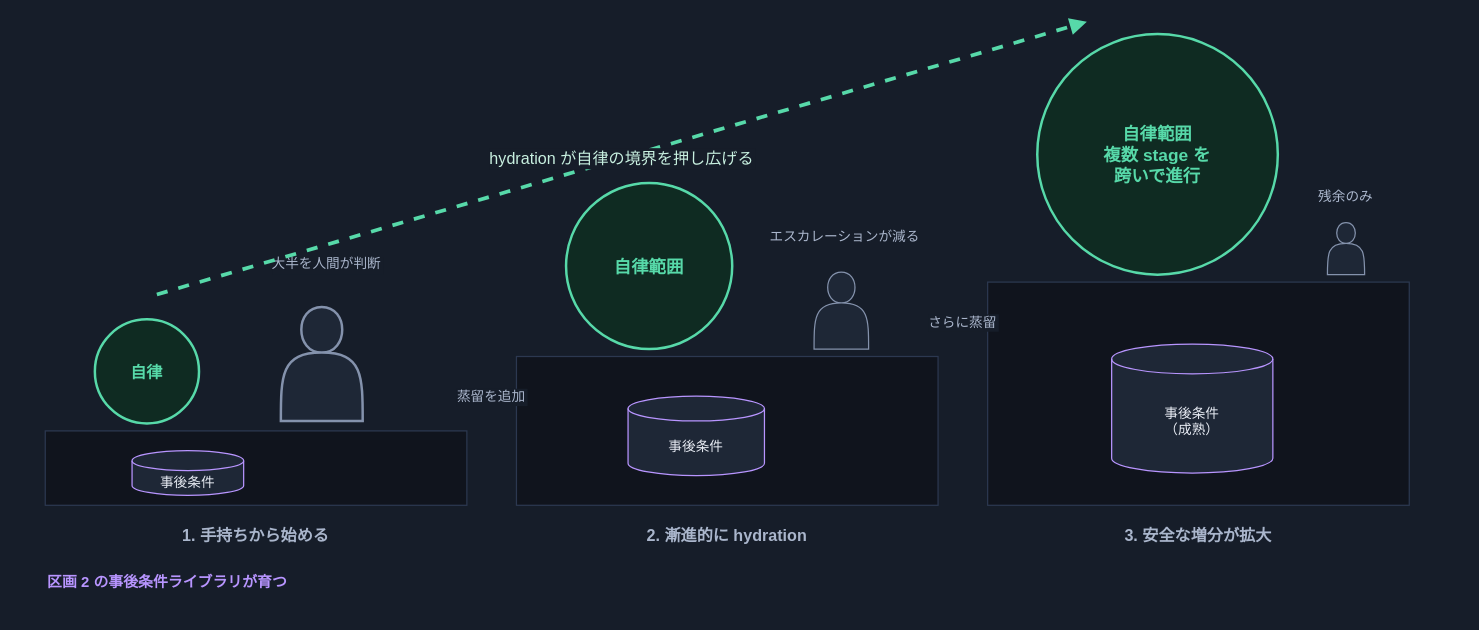
The draw.io diagram docs/diagrams/spec-increments.drawio in mazyu36/aidlc-workflows-note, before the edit. Source tidied: cells renumbered, new cells numbered last; positions are measured from the earlier drawing's top-left corner, leaving out a move shared by most shapes. Both pictures are drawn from the tidied source at 124%, with x=0, y=0 at pixel (45, 21).
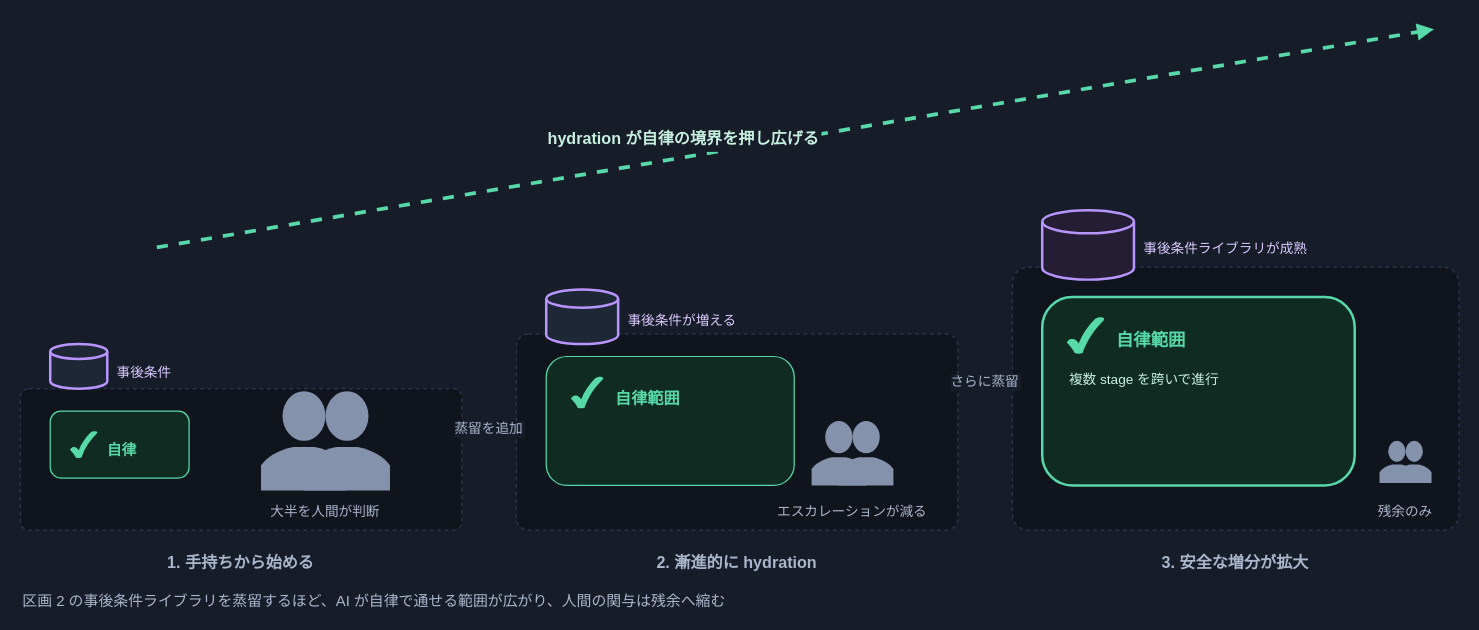
The same page after the edit.

Commit message (it also covers changes not shown here):
Rebuild spec diagrams with draw.io bundled pictogram stencils

Diff of the diagram source:
```diff
@@
-    <mxCell id="2" style="rounded=0;html=0;fillColor=#10141d;strokeColor=#2c3850;" parent="1" vertex="1">
-      <mxGeometry y="330" width="340" height="60" as="geometry" />
-    </mxCell>
-    <mxCell id="3" style="rounded=0;html=0;fillColor=#10141d;strokeColor=#2c3850;" parent="1" vertex="1">
-      <mxGeometry x="380" y="270" width="340" height="120" as="geometry" />
-    </mxCell>
-    <mxCell id="4" style="rounded=0;html=0;fillColor=#10141d;strokeColor=#2c3850;" parent="1" vertex="1">
-      <mxGeometry x="760" y="210" width="340" height="180" as="geometry" />
-    </mxCell>
+    <mxCell id="23" style="html=0;strokeColor=#57d9a9;strokeWidth=3;dashed=1;endArrow=block;" parent="1" edge="1">
+      <mxGeometry relative="1" as="geometry">
+        <mxPoint x="90" y="182" as="sourcePoint" />
+        <mxPoint x="1120" y="6" as="targetPoint" />
+      </mxGeometry>
+    </mxCell>
+    <mxCell id="24" value="hydration が自律の境界を押し広げる" style="text;html=0;align=center;fontColor=#c8f0e0;fontSize=13;fontStyle=1;labelBackgroundColor=#161d29;" parent="1" vertex="1">
+      <mxGeometry x="370" y="80" width="290" height="20" as="geometry" />
+    </mxCell>
+    <mxCell id="25" style="rounded=1;html=0;arcSize=6;fillColor=#10141d;strokeColor=#2c3850;dashed=1;" parent="1" vertex="1">
+      <mxGeometry x="-20" y="296" width="356" height="114" as="geometry" />
+    </mxCell>
+    <mxCell id="26" style="rounded=1;html=0;arcSize=6;fillColor=#10141d;strokeColor=#2c3850;dashed=1;" parent="1" vertex="1">
+      <mxGeometry x="380" y="252" width="356" height="158" as="geometry" />
+    </mxCell>
+    <mxCell id="27" style="rounded=1;html=0;arcSize=6;fillColor=#10141d;strokeColor=#2c3850;dashed=1;" parent="1" vertex="1">
+      <mxGeometry x="780" y="198" width="360" height="212" as="geometry" />
+    </mxCell>
     <mxCell id="5" value="1. 手持ちから始める" style="text;html=0;align=center;fontColor=#aab6cc;fontSize=13;fontStyle=1;" parent="1" vertex="1">
-      <mxGeometry y="400" width="340" height="22" as="geometry" />
+      <mxGeometry x="-20" y="422" width="356" height="22" as="geometry" />
     </mxCell>
     <mxCell id="6" value="2. 漸進的に hydration" style="text;html=0;align=center;fontColor=#aab6cc;fontSize=13;fontStyle=1;" parent="1" vertex="1">
-      <mxGeometry x="380" y="400" width="340" height="22" as="geometry" />
+      <mxGeometry x="380" y="422" width="356" height="22" as="geometry" />
     </mxCell>
     <mxCell id="7" value="3. 安全な増分が拡大" style="text;html=0;align=center;fontColor=#aab6cc;fontSize=13;fontStyle=1;" parent="1" vertex="1">
-      <mxGeometry x="760" y="400" width="340" height="22" as="geometry" />
+      <mxGeometry x="780" y="422" width="360" height="22" as="geometry" />
     </mxCell>
-    <mxCell id="8" value="自律" style="ellipse;html=0;fillColor=#0f2b22;strokeColor=#57d9a9;strokeWidth=2;fontColor=#57d9a9;fontSize=13;fontStyle=1;" parent="1" vertex="1">
-      <mxGeometry x="40" y="240" width="84" height="84" as="geometry" />
+    <mxCell id="8" style="rounded=1;html=0;arcSize=16;fillColor=#0f2b22;strokeColor=#57d9a9;" parent="1" vertex="1">
+      <mxGeometry x="4" y="314" width="112" height="54" as="geometry" />
     </mxCell>
+    <mxCell id="28" style="shape=mxgraph.basic.tick;html=0;fillColor=#57d9a9;strokeColor=none;" parent="1" vertex="1">
+      <mxGeometry x="20" y="330" width="22" height="22" as="geometry" />
+    </mxCell>
+    <mxCell id="29" value="自律" style="text;html=0;align=left;fontColor=#57d9a9;fontSize=12;fontStyle=1;" parent="1" vertex="1">
+      <mxGeometry x="48" y="332" width="60" height="18" as="geometry" />
+    </mxCell>
-    <mxCell id="9" value="自律範囲" style="ellipse;html=0;fillColor=#0f2b22;strokeColor=#57d9a9;strokeWidth=2;fontColor=#57d9a9;fontSize=14;fontStyle=1;" parent="1" vertex="1">
-      <mxGeometry x="420" y="130" width="134" height="134" as="geometry" />
+    <mxCell id="9" style="rounded=1;html=0;arcSize=16;fillColor=#0f2b22;strokeColor=#57d9a9;" parent="1" vertex="1">
+      <mxGeometry x="404" y="270" width="200" height="104" as="geometry" />
     </mxCell>
+    <mxCell id="30" style="shape=mxgraph.basic.tick;html=0;fillColor=#57d9a9;strokeColor=none;" parent="1" vertex="1">
+      <mxGeometry x="424" y="286" width="26" height="26" as="geometry" />
+    </mxCell>
+    <mxCell id="31" value="自律範囲" style="text;html=0;align=left;fontColor=#57d9a9;fontSize=13;fontStyle=1;" parent="1" vertex="1">
+      <mxGeometry x="458" y="290" width="120" height="18" as="geometry" />
+    </mxCell>
-    <mxCell id="10" value="自律範囲&#10;複数 stage を&#10;跨いで進行" style="ellipse;html=0;fillColor=#0f2b22;strokeColor=#57d9a9;strokeWidth=2;fontColor=#57d9a9;fontSize=14;fontStyle=1;" parent="1" vertex="1">
-      <mxGeometry x="800" y="10" width="194" height="194" as="geometry" />
+    <mxCell id="10" style="rounded=1;html=0;arcSize=16;fillColor=#0f2b22;strokeColor=#57d9a9;strokeWidth=2;" parent="1" vertex="1">
+      <mxGeometry x="804" y="222" width="252" height="152" as="geometry" />
     </mxCell>
+    <mxCell id="32" style="shape=mxgraph.basic.tick;html=0;fillColor=#57d9a9;strokeColor=none;" parent="1" vertex="1">
+      <mxGeometry x="824" y="238" width="30" height="30" as="geometry" />
+    </mxCell>
+    <mxCell id="33" value="自律範囲" style="text;html=0;align=left;fontColor=#57d9a9;fontSize=14;fontStyle=1;" parent="1" vertex="1">
+      <mxGeometry x="862" y="242" width="140" height="20" as="geometry" />
+    </mxCell>
+    <mxCell id="34" value="複数 stage を跨いで進行" style="text;html=0;align=left;fontColor=#c8f0e0;fontSize=11;" parent="1" vertex="1">
+      <mxGeometry x="824" y="276" width="220" height="18" as="geometry" />
+    </mxCell>
-    <mxCell id="11" style="shape=actor;html=0;fillColor=#1e2736;strokeColor=#8492ac;strokeWidth=2;" parent="1" vertex="1">
-      <mxGeometry x="190" y="230" width="66" height="92" as="geometry" />
+    <mxCell id="11" style="shape=mxgraph.gmdl.users;html=0;fillColor=#8492ac;strokeColor=none;" parent="1" vertex="1">
+      <mxGeometry x="174" y="298" width="104" height="80" as="geometry" />
     </mxCell>
-    <mxCell id="12" value="大半を人間が判断" style="text;html=0;align=center;fontColor=#aab6cc;fontSize=11;labelBackgroundColor=#161d29;" parent="1" vertex="1">
-      <mxGeometry x="152" y="182" width="150" height="18" as="geometry" />
+    <mxCell id="12" value="大半を人間が判断" style="text;html=0;align=center;fontColor=#aab6cc;fontSize=11;" parent="1" vertex="1">
+      <mxGeometry x="156" y="382" width="140" height="16" as="geometry" />
     </mxCell>
-    <mxCell id="13" style="shape=actor;html=0;fillColor=#1e2736;strokeColor=#8492ac;" parent="1" vertex="1">
-      <mxGeometry x="620" y="202" width="44" height="62" as="geometry" />
+    <mxCell id="13" style="shape=mxgraph.gmdl.users;html=0;fillColor=#8492ac;strokeColor=none;" parent="1" vertex="1">
+      <mxGeometry x="618" y="322" width="66" height="52" as="geometry" />
     </mxCell>
     <mxCell id="14" value="エスカレーションが減る" style="text;html=0;align=center;fontColor=#aab6cc;fontSize=11;" parent="1" vertex="1">
-      <mxGeometry x="560" y="160" width="170" height="18" as="geometry" />
+      <mxGeometry x="586" y="382" width="130" height="16" as="geometry" />
     </mxCell>
-    <mxCell id="15" style="shape=actor;html=0;fillColor=#1e2736;strokeColor=#8492ac;" parent="1" vertex="1">
-      <mxGeometry x="1034" y="162" width="30" height="42" as="geometry" />
+    <mxCell id="15" style="shape=mxgraph.gmdl.users;html=0;fillColor=#8492ac;strokeColor=none;" parent="1" vertex="1">
+      <mxGeometry x="1076" y="338" width="42" height="34" as="geometry" />
     </mxCell>
     <mxCell id="16" value="残余のみ" style="text;html=0;align=center;fontColor=#aab6cc;fontSize=11;" parent="1" vertex="1">
-      <mxGeometry x="1004" y="128" width="90" height="18" as="geometry" />
+      <mxGeometry x="1062" y="382" width="70" height="16" as="geometry" />
     </mxCell>
-    <mxCell id="17" value="事後条件" style="shape=cylinder3;html=0;boundedLbl=1;size=8;fillColor=#1e2736;strokeColor=#b895ff;fontColor=#e8ecf4;fontSize=11;" parent="1" vertex="1">
-      <mxGeometry x="70" y="346" width="90" height="36" as="geometry" />
+    <mxCell id="17" style="shape=mxgraph.flowchart.database;html=0;fillColor=#1e2736;strokeColor=#b895ff;strokeWidth=2;" parent="1" vertex="1">
+      <mxGeometry x="4" y="260" width="46" height="36" as="geometry" />
     </mxCell>
+    <mxCell id="35" value="事後条件" style="text;html=0;align=left;fontColor=#dbc9ff;fontSize=11;" parent="1" vertex="1">
+      <mxGeometry x="56" y="270" width="120" height="18" as="geometry" />
+    </mxCell>
-    <mxCell id="18" value="事後条件" style="shape=cylinder3;html=0;boundedLbl=1;size=10;fillColor=#1e2736;strokeColor=#b895ff;fontColor=#e8ecf4;fontSize=11;" parent="1" vertex="1">
-      <mxGeometry x="470" y="302" width="110" height="64" as="geometry" />
+    <mxCell id="18" style="shape=mxgraph.flowchart.database;html=0;fillColor=#1e2736;strokeColor=#b895ff;strokeWidth=2;" parent="1" vertex="1">
+      <mxGeometry x="404" y="216" width="58" height="44" as="geometry" />
     </mxCell>
+    <mxCell id="36" value="事後条件が増える" style="text;html=0;align=left;fontColor=#dbc9ff;fontSize=11;" parent="1" vertex="1">
+      <mxGeometry x="468" y="228" width="180" height="18" as="geometry" />
+    </mxCell>
-    <mxCell id="19" value="事後条件&#10;（成熟）" style="shape=cylinder3;html=0;boundedLbl=1;size=12;fillColor=#1e2736;strokeColor=#b895ff;fontColor=#e8ecf4;fontSize=11;" parent="1" vertex="1">
-      <mxGeometry x="860" y="260" width="130" height="104" as="geometry" />
+    <mxCell id="19" style="shape=mxgraph.flowchart.database;html=0;fillColor=#241d33;strokeColor=#b895ff;strokeWidth=2;" parent="1" vertex="1">
+      <mxGeometry x="804" y="152" width="74" height="56" as="geometry" />
     </mxCell>
-    <mxCell id="20" value="区画 2 の事後条件ライブラリが育つ" style="text;html=0;align=left;fontColor=#b895ff;fontSize=12;fontStyle=1;" parent="1" vertex="1">
-      <mxGeometry y="438" width="300" height="20" as="geometry" />
-    </mxCell>
+    <mxCell id="37" value="事後条件ライブラリが成熟" style="text;html=0;align=left;fontColor=#dbc9ff;fontSize=11;" parent="1" vertex="1">
+      <mxGeometry x="884" y="170" width="240" height="18" as="geometry" />
+    </mxCell>
-    <mxCell id="21" value="蒸留を追加" style="html=0;strokeColor=#9aa7bf;strokeWidth=2;endArrow=block;fontColor=#aab6cc;fontSize=11;labelBackgroundColor=#161d29;" parent="1" edge="1">
+    <mxCell id="21" value="蒸留を追加" style="html=0;strokeColor=#8492ac;strokeWidth=2;endArrow=block;fontColor=#aab6cc;fontSize=11;labelBackgroundColor=#161d29;" parent="1" edge="1">
       <mxGeometry relative="1" as="geometry">
-        <mxPoint x="344" y="302" as="sourcePoint" />
-        <mxPoint x="376" y="302" as="targetPoint" />
+        <mxPoint x="340" y="328" as="sourcePoint" />
+        <mxPoint x="376" y="328" as="targetPoint" />
       </mxGeometry>
     </mxCell>
-    <mxCell id="22" value="さらに蒸留" style="html=0;strokeColor=#9aa7bf;strokeWidth=2;endArrow=block;fontColor=#aab6cc;fontSize=11;labelBackgroundColor=#161d29;" parent="1" edge="1">
+    <mxCell id="22" value="さらに蒸留" style="html=0;strokeColor=#8492ac;strokeWidth=2;endArrow=block;fontColor=#aab6cc;fontSize=11;labelBackgroundColor=#161d29;" parent="1" edge="1">
       <mxGeometry relative="1" as="geometry">
-        <mxPoint x="724" y="242" as="sourcePoint" />
-        <mxPoint x="756" y="242" as="targetPoint" />
+        <mxPoint x="740" y="290" as="sourcePoint" />
+        <mxPoint x="776" y="290" as="targetPoint" />
       </mxGeometry>
     </mxCell>
-    <mxCell id="23" value="hydration が自律の境界を押し広げる" style="html=0;strokeColor=#57d9a9;strokeWidth=3;dashed=1;endArrow=block;fontColor=#c8f0e0;fontSize=13;labelBackgroundColor=#161d29;" parent="1" edge="1">
-      <mxGeometry relative="1" as="geometry">
-        <mxPoint x="90" y="220" as="sourcePoint" />
-        <mxPoint x="840" as="targetPoint" />
-      </mxGeometry>
-    </mxCell>
+    <mxCell id="38" value="区画 2 の事後条件ライブラリを蒸留するほど、AI が自律で通せる範囲が広がり、人間の関与は残余へ縮む" style="text;html=0;align=left;fontColor=#aab6cc;fontSize=12;" parent="1" vertex="1">
+      <mxGeometry x="-20" y="454" width="820" height="20" as="geometry" />
+    </mxCell>
```
